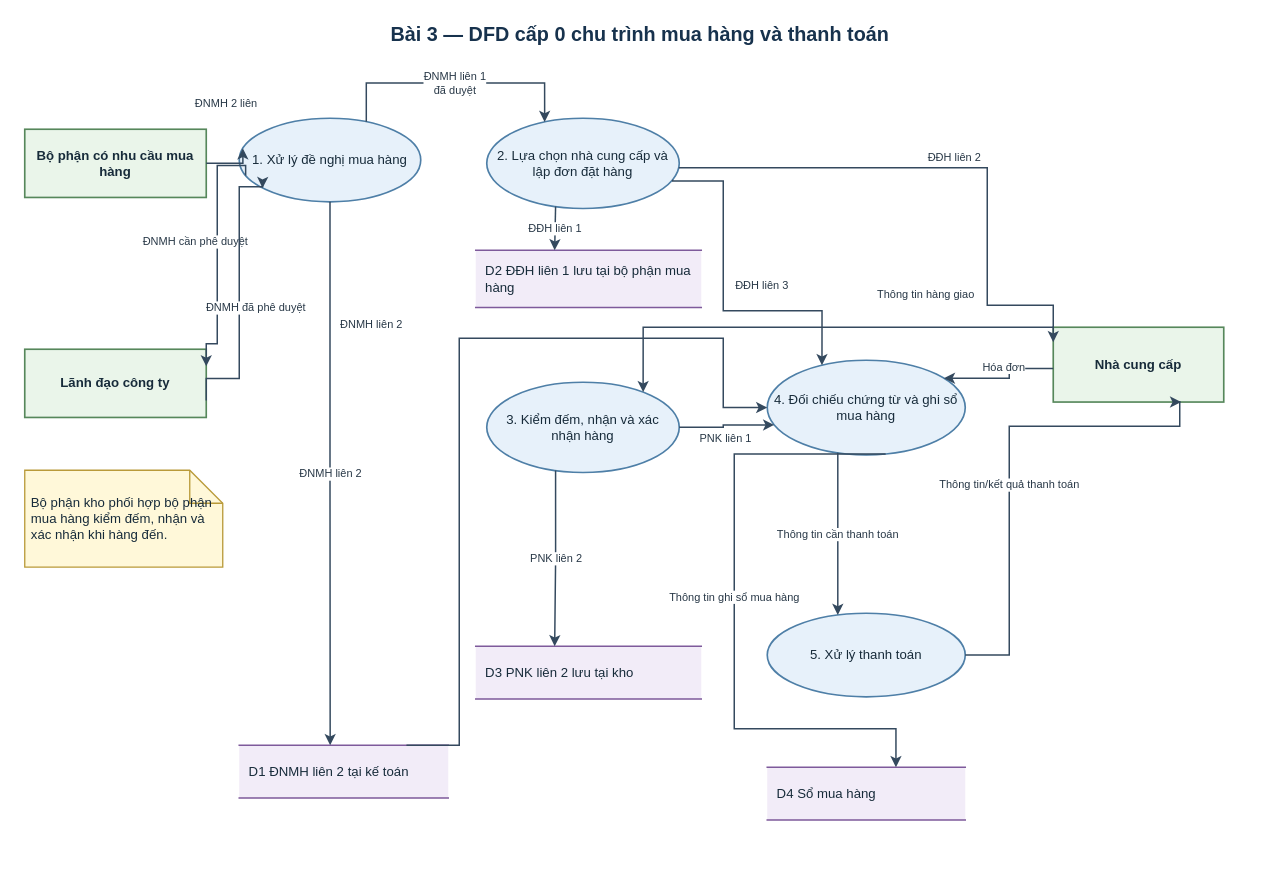
This is assets/drawio/07_purchase_level0_dfd.drawio from saigonbaddielover/thtrang, a draw.io file, before an edit. Source tidied: cells renumbered, new cells numbered last; positions are measured from the earlier drawing's top-left corner, leaving out a move shared by most shapes. Both pictures are drawn from the tidied source at 110%, with x=0, y=0 at pixel (24, 19).
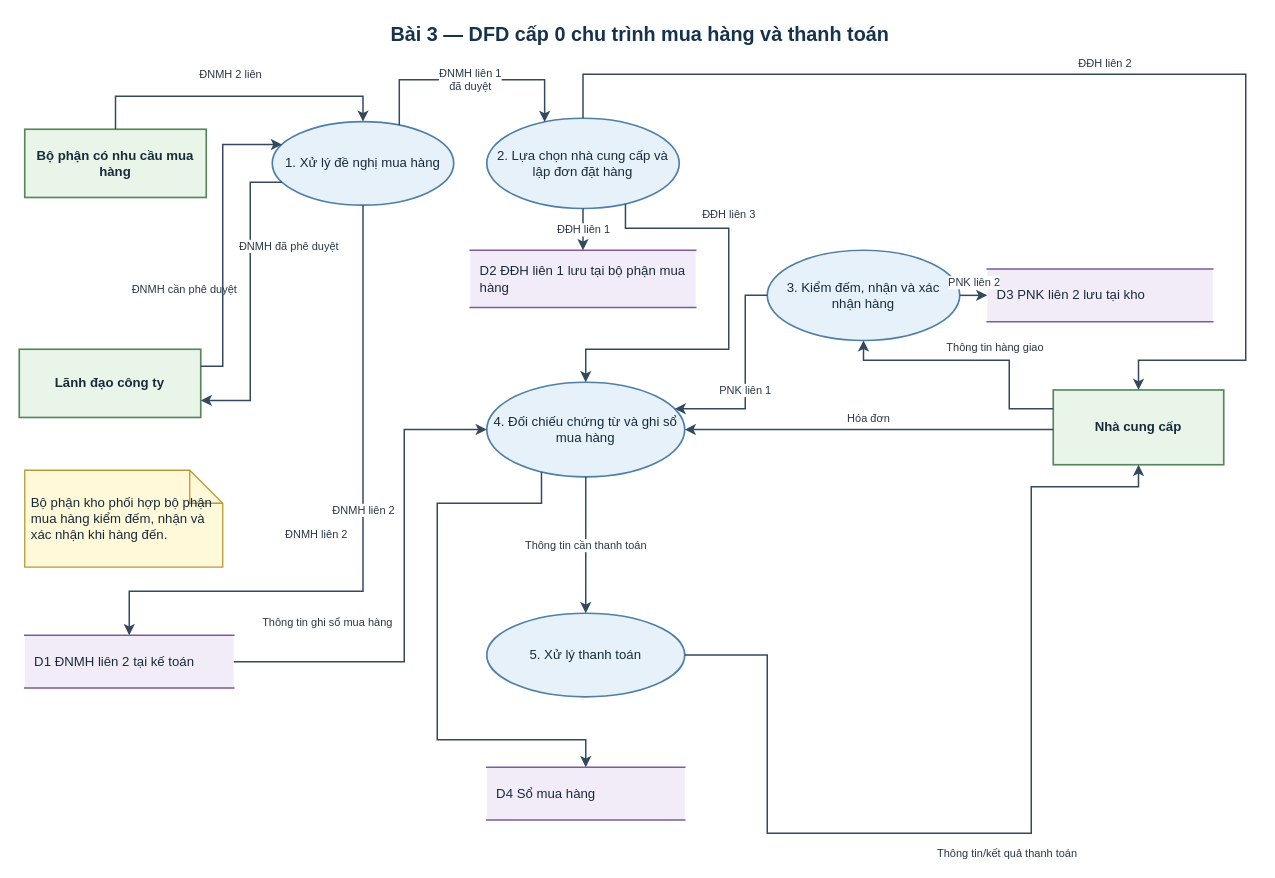
The same diagram, later.

Unchanged cells that the change refers to:
```xml
<mxCell id="3" value="Bộ phận có nhu cầu mua hàng" style="rounded=0;html=1;whiteSpace=wrap;fontFamily=Arial;align=center;verticalAlign=middle;fontColor=#172B3A; fontSize=11;fontStyle=1;spacing=5;fillColor=#EAF5EA;strokeColor=#56875B;strokeWidth=1.5;" parent="1" vertex="1">
  <mxGeometry y="100" width="165" height="62" as="geometry" />
</mxCell>
<mxCell id="7" value="2. Lựa chọn nhà cung cấp và lập đơn đặt hàng" style="shape=ellipse;perimeter=ellipsePerimeter;html=1;whiteSpace=wrap;fontFamily=Arial;align=center;verticalAlign=middle;fontColor=#172B3A; fontSize=11;spacing=5;fillColor=#E7F1FA;strokeColor=#4E7FA7;strokeWidth=1.5;" parent="1" vertex="1">
  <mxGeometry x="420" y="90" width="175" height="82" as="geometry" />
</mxCell>
```

Diff of the diagram source:
```diff
@@
     <mxCell id="4" value="Lãnh đạo công ty" style="rounded=0;html=1;whiteSpace=wrap;fontFamily=Arial;align=center;verticalAlign=middle;fontColor=#172B3A; fontSize=11;fontStyle=1;spacing=5;fillColor=#EAF5EA;strokeColor=#56875B;strokeWidth=1.5;" parent="1" vertex="1">
-      <mxGeometry y="300" width="165" height="62" as="geometry" />
+      <mxGeometry x="-5" y="300" width="165" height="62" as="geometry" />
     </mxCell>
     <mxCell id="5" value="Nhà cung cấp" style="rounded=0;html=1;whiteSpace=wrap;fontFamily=Arial;align=center;verticalAlign=middle;fontColor=#172B3A; fontSize=11;fontStyle=1;spacing=5;fillColor=#EAF5EA;strokeColor=#56875B;strokeWidth=1.5;" parent="1" vertex="1">
-      <mxGeometry x="935" y="280" width="155" height="68" as="geometry" />
+      <mxGeometry x="935" y="337" width="155" height="68" as="geometry" />
     </mxCell>
     <mxCell id="6" value="1. Xử lý đề nghị mua hàng" style="shape=ellipse;perimeter=ellipsePerimeter;html=1;whiteSpace=wrap;fontFamily=Arial;align=center;verticalAlign=middle;fontColor=#172B3A; fontSize=11;spacing=5;fillColor=#E7F1FA;strokeColor=#4E7FA7;strokeWidth=1.5;" parent="1" vertex="1">
-      <mxGeometry x="195" y="90" width="165" height="76" as="geometry" />
+      <mxGeometry x="225" y="93" width="165" height="76" as="geometry" />
     </mxCell>
@@
     <mxCell id="8" value="3. Kiểm đếm, nhận và xác nhận hàng" style="shape=ellipse;perimeter=ellipsePerimeter;html=1;whiteSpace=wrap;fontFamily=Arial;align=center;verticalAlign=middle;fontColor=#172B3A; fontSize=11;spacing=5;fillColor=#E7F1FA;strokeColor=#4E7FA7;strokeWidth=1.5;" parent="1" vertex="1">
-      <mxGeometry x="420" y="330" width="175" height="82" as="geometry" />
+      <mxGeometry x="675" y="210" width="175" height="82" as="geometry" />
     </mxCell>
     <mxCell id="9" value="4. Đối chiếu chứng từ và ghi sổ mua hàng" style="shape=ellipse;perimeter=ellipsePerimeter;html=1;whiteSpace=wrap;fontFamily=Arial;align=center;verticalAlign=middle;fontColor=#172B3A; fontSize=11;spacing=5;fillColor=#E7F1FA;strokeColor=#4E7FA7;strokeWidth=1.5;" parent="1" vertex="1">
-      <mxGeometry x="675" y="310" width="180" height="86" as="geometry" />
+      <mxGeometry x="420" y="330" width="180" height="86" as="geometry" />
     </mxCell>
     <mxCell id="10" value="5. Xử lý thanh toán" style="shape=ellipse;perimeter=ellipsePerimeter;html=1;whiteSpace=wrap;fontFamily=Arial;align=center;verticalAlign=middle;fontColor=#172B3A; fontSize=11;spacing=5;fillColor=#E7F1FA;strokeColor=#4E7FA7;strokeWidth=1.5;" parent="1" vertex="1">
-      <mxGeometry x="675" y="540" width="180" height="76" as="geometry" />
+      <mxGeometry x="420" y="540" width="180" height="76" as="geometry" />
     </mxCell>
     <mxCell id="11" value="D1  ĐNMH liên 2 tại kế toán" style="shape=partialRectangle;right=0;left=0;html=1;whiteSpace=wrap;fontFamily=Arial;align=center;verticalAlign=middle;fontColor=#172B3A; fontSize=10;align=left;spacingLeft=7;spacingRight=4;fillColor=#F2ECF8;strokeColor=#7E5A9B;strokeWidth=1.4;" parent="1" vertex="1">
-      <mxGeometry x="195" y="660" width="190" height="48" as="geometry" />
+      <mxGeometry y="560" width="190" height="48" as="geometry" />
     </mxCell>
     <mxCell id="12" value="D2  ĐĐH liên 1 lưu tại bộ phận mua hàng" style="shape=partialRectangle;right=0;left=0;html=1;whiteSpace=wrap;fontFamily=Arial;align=center;verticalAlign=middle;fontColor=#172B3A; fontSize=10;align=left;spacingLeft=7;spacingRight=4;fillColor=#F2ECF8;strokeColor=#7E5A9B;strokeWidth=1.4;" parent="1" vertex="1">
-      <mxGeometry x="410" y="210" width="205" height="52" as="geometry" />
+      <mxGeometry x="405" y="210" width="205" height="52" as="geometry" />
     </mxCell>
     <mxCell id="13" value="D3  PNK liên 2 lưu tại kho" style="shape=partialRectangle;right=0;left=0;html=1;whiteSpace=wrap;fontFamily=Arial;align=center;verticalAlign=middle;fontColor=#172B3A; fontSize=10;align=left;spacingLeft=7;spacingRight=4;fillColor=#F2ECF8;strokeColor=#7E5A9B;strokeWidth=1.4;" parent="1" vertex="1">
-      <mxGeometry x="410" y="570" width="205" height="48" as="geometry" />
+      <mxGeometry x="875" y="227" width="205" height="48" as="geometry" />
     </mxCell>
     <mxCell id="14" value="D4  Sổ mua hàng" style="shape=partialRectangle;right=0;left=0;html=1;whiteSpace=wrap;fontFamily=Arial;align=center;verticalAlign=middle;fontColor=#172B3A; fontSize=10;align=left;spacingLeft=7;spacingRight=4;fillColor=#F2ECF8;strokeColor=#7E5A9B;strokeWidth=1.4;" parent="1" vertex="1">
-      <mxGeometry x="675" y="680" width="180" height="48" as="geometry" />
+      <mxGeometry x="420" y="680" width="180" height="48" as="geometry" />
     </mxCell>
@@
-    <mxCell id="16" value="ĐNMH 2 liên" style="edgeStyle=orthogonalEdgeStyle;rounded=0;jettySize=auto;html=1;fontFamily=Arial;fontSize=10;fontColor=#273746;labelBackgroundColor=#FFFFFF;strokeColor=#34495E;strokeWidth=1.35;endArrow=classic;endFill=1;exitX=1;exitY=0.5;entryX=0;entryY=0.35;" parent="1" edge="1" source="3" target="6">
+    <mxCell id="16" value="ĐNMH 2 liên" style="edgeStyle=orthogonalEdgeStyle;rounded=0;jettySize=auto;html=1;fontFamily=Arial;fontSize=10;fontColor=#273746;labelBackgroundColor=#FFFFFF;strokeColor=#34495E;strokeWidth=1.35;endArrow=classic;endFill=1;exitX=0.5;exitY=0;entryX=0.5;entryY=0;" parent="1" edge="1" source="3" target="6">
       <mxGeometry relative="1" as="geometry">
-        <mxPoint x="-5" y="-55" as="offset" />
+        <Array as="points">
+          <mxPoint x="82.5" y="70" />
+          <mxPoint x="307.5" y="70" />
+        </Array>
+        <mxPoint x="-5" y="-20" as="offset" />
       </mxGeometry>
     </mxCell>
-    <mxCell id="17" value="ĐNMH cần phê duyệt" style="edgeStyle=orthogonalEdgeStyle;rounded=0;jettySize=auto;html=1;fontFamily=Arial;fontSize=10;fontColor=#273746;labelBackgroundColor=#FFFFFF;strokeColor=#34495E;strokeWidth=1.35;endArrow=classic;endFill=1;exitX=0;exitY=0.7;entryX=1;entryY=0.25;" parent="1" edge="1" source="6" target="4">
+    <mxCell id="17" value="ĐNMH cần phê duyệt" style="edgeStyle=orthogonalEdgeStyle;rounded=0;jettySize=auto;html=1;fontFamily=Arial;fontSize=10;fontColor=#273746;labelBackgroundColor=#FFFFFF;strokeColor=#34495E;strokeWidth=1.35;endArrow=classic;endFill=1;exitX=0;exitY=0.75;entryX=1;entryY=0.75;" parent="1" edge="1" source="6" target="4">
       <mxGeometry relative="1" as="geometry">
         <Array as="points">
-          <mxPoint x="175" y="133" />
-          <mxPoint x="175" y="295" />
+          <mxPoint x="205" y="147.7" />
+          <mxPoint x="205" y="346.5" />
         </Array>
-        <mxPoint x="-20" y="-10" as="offset" />
+        <mxPoint x="-60" y="-10" as="offset" />
       </mxGeometry>
     </mxCell>
-    <mxCell id="18" value="ĐNMH đã phê duyệt" style="edgeStyle=orthogonalEdgeStyle;rounded=0;jettySize=auto;html=1;fontFamily=Arial;fontSize=10;fontColor=#273746;labelBackgroundColor=#FFFFFF;strokeColor=#34495E;strokeWidth=1.35;endArrow=classic;endFill=1;exitX=1;exitY=0.75;entryX=0;entryY=0.95;" parent="1" edge="1" source="4" target="6">
+    <mxCell id="18" value="ĐNMH đã phê duyệt" style="edgeStyle=orthogonalEdgeStyle;rounded=0;jettySize=auto;html=1;fontFamily=Arial;fontSize=10;fontColor=#273746;labelBackgroundColor=#FFFFFF;strokeColor=#34495E;strokeWidth=1.35;endArrow=classic;endFill=1;exitX=1;exitY=0.25;entryX=0;entryY=0.25;" parent="1" edge="1" source="4" target="6">
       <mxGeometry relative="1" as="geometry">
         <Array as="points">
-          <mxPoint x="195" y="326.5" />
-          <mxPoint x="195" y="152.2" />
+          <mxPoint x="180" y="315.5" />
+          <mxPoint x="180" y="114.3" />
         </Array>
-        <mxPoint x="15" y="8" as="offset" />
+        <mxPoint x="60" y="8" as="offset" />
       </mxGeometry>
     </mxCell>
     <mxCell id="19" value="ĐNMH liên 1&lt;br&gt;đã duyệt" style="edgeStyle=orthogonalEdgeStyle;rounded=0;jettySize=auto;html=1;fontFamily=Arial;fontSize=10;fontColor=#273746;labelBackgroundColor=#FFFFFF;strokeColor=#34495E;strokeWidth=1.35;endArrow=classic;endFill=1;exitX=0.72;exitY=0;entryX=0.28;entryY=0;" parent="1" edge="1" source="6" target="7">
       <mxGeometry relative="1" as="geometry">
         <Array as="points">
-          <mxPoint x="310.5" y="58" />
-          <mxPoint x="472.6" y="58" />
+          <mxPoint x="340.5" y="55" />
+          <mxPoint x="472.6" y="55" />
         </Array>
       </mxGeometry>
     </mxCell>
-    <mxCell id="20" value="ĐNMH liên 2" style="edgeStyle=orthogonalEdgeStyle;rounded=0;jettySize=auto;html=1;fontFamily=Arial;fontSize=10;fontColor=#273746;labelBackgroundColor=#FFFFFF;strokeColor=#34495E;strokeWidth=1.35;endArrow=classic;endFill=1;exitX=0.5;exitY=1;entryX=0.435;entryY=0;" parent="1" edge="1" source="6" target="11">
-      <mxGeometry relative="1" as="geometry" />
+    <mxCell id="20" value="ĐNMH liên 2" style="edgeStyle=orthogonalEdgeStyle;rounded=0;jettySize=auto;html=1;fontFamily=Arial;fontSize=10;fontColor=#273746;labelBackgroundColor=#FFFFFF;strokeColor=#34495E;strokeWidth=1.35;endArrow=classic;endFill=1;exitX=0.5;exitY=1;entryX=0.5;entryY=0;" parent="1" edge="1" source="6" target="11">
+      <mxGeometry relative="1" as="geometry">
+        <Array as="points">
+          <mxPoint x="307.5" y="520" />
+          <mxPoint x="95" y="520" />
+        </Array>
+        <mxPoint y="-25" as="offset" />
+      </mxGeometry>
     </mxCell>
-    <mxCell id="21" value="ĐĐH liên 2" style="edgeStyle=orthogonalEdgeStyle;rounded=0;jettySize=auto;html=1;fontFamily=Arial;fontSize=10;fontColor=#273746;labelBackgroundColor=#FFFFFF;strokeColor=#34495E;strokeWidth=1.35;endArrow=classic;endFill=1;exitX=1;exitY=0.55;entryX=0;entryY=0.2;" parent="1" edge="1" source="7" target="5">
+    <mxCell id="21" value="ĐĐH liên 2" style="edgeStyle=orthogonalEdgeStyle;rounded=0;jettySize=auto;html=1;fontFamily=Arial;fontSize=10;fontColor=#273746;labelBackgroundColor=#FFFFFF;strokeColor=#34495E;strokeWidth=1.35;endArrow=classic;endFill=1;exitX=0.5;exitY=0;entryX=0.5;entryY=0;" parent="1" edge="1" source="7" target="5">
       <mxGeometry relative="1" as="geometry">
         <Array as="points">
-          <mxPoint x="875" y="135" />
-          <mxPoint x="875" y="260" />
+          <mxPoint x="507.5" y="50" />
+          <mxPoint x="1110" y="50" />
+          <mxPoint x="1110" y="310" />
+          <mxPoint x="1012.5" y="310" />
         </Array>
         <mxPoint y="-10" as="offset" />
       </mxGeometry>
     </mxCell>
-    <mxCell id="22" value="ĐĐH liên 1" style="edgeStyle=orthogonalEdgeStyle;rounded=0;jettySize=auto;html=1;fontFamily=Arial;fontSize=10;fontColor=#273746;labelBackgroundColor=#FFFFFF;strokeColor=#34495E;strokeWidth=1.35;endArrow=classic;endFill=1;exitX=0.35;exitY=1;entryX=0.35;entryY=0;" parent="1" edge="1" source="7" target="12">
+    <mxCell id="22" value="ĐĐH liên 1" style="edgeStyle=orthogonalEdgeStyle;rounded=0;jettySize=auto;html=1;fontFamily=Arial;fontSize=10;fontColor=#273746;labelBackgroundColor=#FFFFFF;strokeColor=#34495E;strokeWidth=1.35;endArrow=classic;endFill=1;exitX=0.5;exitY=1;entryX=0.5;entryY=0;" parent="1" edge="1" source="7" target="12">
       <mxGeometry relative="1" as="geometry" />
     </mxCell>
-    <mxCell id="23" value="ĐĐH liên 3" style="edgeStyle=orthogonalEdgeStyle;rounded=0;jettySize=auto;html=1;fontFamily=Arial;fontSize=10;fontColor=#273746;labelBackgroundColor=#FFFFFF;strokeColor=#34495E;strokeWidth=1.35;endArrow=classic;endFill=1;exitX=1;exitY=0.7;entryX=0.25;entryY=0;" parent="1" edge="1" source="7" target="9">
+    <mxCell id="23" value="ĐĐH liên 3" style="edgeStyle=orthogonalEdgeStyle;rounded=0;jettySize=auto;html=1;fontFamily=Arial;fontSize=10;fontColor=#273746;labelBackgroundColor=#FFFFFF;strokeColor=#34495E;strokeWidth=1.35;endArrow=classic;endFill=1;exitX=0.75;exitY=1;entryX=0.5;entryY=0;" parent="1" edge="1" source="7" target="9">
       <mxGeometry relative="1" as="geometry">
         <Array as="points">
-          <mxPoint x="635" y="147" />
-          <mxPoint x="635" y="265" />
+          <mxPoint x="546.1" y="190" />
+          <mxPoint x="640" y="190" />
+          <mxPoint x="640" y="300" />
+          <mxPoint x="510" y="300" />
         </Array>
-        <mxPoint x="35" y="-10" as="offset" />
+        <mxPoint y="-90" as="offset" />
       </mxGeometry>
     </mxCell>
-    <mxCell id="24" value="Thông tin hàng giao" style="edgeStyle=orthogonalEdgeStyle;rounded=0;jettySize=auto;html=1;fontFamily=Arial;fontSize=10;fontColor=#273746;labelBackgroundColor=#FFFFFF;strokeColor=#34495E;strokeWidth=1.35;endArrow=classic;endFill=1;exitX=0;exitY=0;entryX=0.9;entryY=0;" parent="1" edge="1" source="5" target="8">
+    <mxCell id="24" value="Thông tin hàng giao" style="edgeStyle=orthogonalEdgeStyle;rounded=0;jettySize=auto;html=1;fontFamily=Arial;fontSize=10;fontColor=#273746;labelBackgroundColor=#FFFFFF;strokeColor=#34495E;strokeWidth=1.35;endArrow=classic;endFill=1;exitX=0;exitY=0.25;entryX=0.5;entryY=1;" parent="1" edge="1" source="5" target="8">
       <mxGeometry relative="1" as="geometry">
         <Array as="points">
-          <mxPoint x="875" y="280" />
-          <mxPoint x="575" y="280" />
+          <mxPoint x="895" y="354" />
+          <mxPoint x="895" y="310" />
+          <mxPoint x="762.5" y="310" />
         </Array>
-        <mxPoint x="100" y="-30" as="offset" />
+        <mxPoint x="20" y="-12" as="offset" />
       </mxGeometry>
     </mxCell>
-    <mxCell id="25" value="PNK liên 1" style="edgeStyle=orthogonalEdgeStyle;rounded=0;jettySize=auto;html=1;fontFamily=Arial;fontSize=10;fontColor=#273746;labelBackgroundColor=#FFFFFF;strokeColor=#34495E;strokeWidth=1.35;endArrow=classic;endFill=1;exitX=1;exitY=0.5;entryX=0;entryY=0.7;" parent="1" edge="1" source="8" target="9">
+    <mxCell id="25" value="PNK liên 1" style="edgeStyle=orthogonalEdgeStyle;rounded=0;jettySize=auto;html=1;fontFamily=Arial;fontSize=10;fontColor=#273746;labelBackgroundColor=#FFFFFF;strokeColor=#34495E;strokeWidth=1.35;endArrow=classic;endFill=1;exitX=0;exitY=0.5;entryX=1;entryY=0.25;" parent="1" edge="1" source="8" target="9">
       <mxGeometry relative="1" as="geometry">
+        <Array as="points">
+          <mxPoint x="655" y="251" />
+          <mxPoint x="655" y="354.1" />
+          <mxPoint x="625" y="354.1" />
+        </Array>
         <mxPoint y="12" as="offset" />
       </mxGeometry>
     </mxCell>
-    <mxCell id="26" value="PNK liên 2" style="edgeStyle=orthogonalEdgeStyle;rounded=0;jettySize=auto;html=1;fontFamily=Arial;fontSize=10;fontColor=#273746;labelBackgroundColor=#FFFFFF;strokeColor=#34495E;strokeWidth=1.35;endArrow=classic;endFill=1;exitX=0.35;exitY=1;entryX=0.35;entryY=0;" parent="1" edge="1" source="8" target="13">
-      <mxGeometry relative="1" as="geometry" />
+    <mxCell id="26" value="PNK liên 2" style="edgeStyle=orthogonalEdgeStyle;rounded=0;jettySize=auto;html=1;fontFamily=Arial;fontSize=10;fontColor=#273746;labelBackgroundColor=#FFFFFF;strokeColor=#34495E;strokeWidth=1.35;endArrow=classic;endFill=1;exitX=1;exitY=0.5;entryX=0;entryY=0.5;" parent="1" edge="1" source="8" target="13">
+      <mxGeometry relative="1" as="geometry">
+        <mxPoint y="-12" as="offset" />
+      </mxGeometry>
     </mxCell>
-    <mxCell id="27" value="Hóa đơn" style="edgeStyle=orthogonalEdgeStyle;rounded=0;jettySize=auto;html=1;fontFamily=Arial;fontSize=10;fontColor=#273746;labelBackgroundColor=#FFFFFF;strokeColor=#34495E;strokeWidth=1.35;endArrow=classic;endFill=1;exitX=0;exitY=0.55;entryX=1;entryY=0.1;" parent="1" edge="1" source="5" target="9">
+    <mxCell id="27" value="Hóa đơn" style="edgeStyle=orthogonalEdgeStyle;rounded=0;jettySize=auto;html=1;fontFamily=Arial;fontSize=10;fontColor=#273746;labelBackgroundColor=#FFFFFF;strokeColor=#34495E;strokeWidth=1.35;endArrow=classic;endFill=1;exitX=0;exitY=0.529412;entryX=1;entryY=0.5;" parent="1" edge="1" source="5" target="9">
       <mxGeometry relative="1" as="geometry">
         <mxPoint y="-10" as="offset" />
       </mxGeometry>
     </mxCell>
-    <mxCell id="28" value="ĐNMH liên 2" style="edgeStyle=orthogonalEdgeStyle;rounded=0;jettySize=auto;html=1;fontFamily=Arial;fontSize=10;fontColor=#273746;labelBackgroundColor=#FFFFFF;strokeColor=#34495E;strokeWidth=1.35;endArrow=classic;endFill=1;exitX=0.8;exitY=0;entryX=0;entryY=0.5;" parent="1" edge="1" source="11" target="9">
+    <mxCell id="28" value="ĐNMH liên 2" style="edgeStyle=orthogonalEdgeStyle;rounded=0;jettySize=auto;html=1;fontFamily=Arial;fontSize=10;fontColor=#273746;labelBackgroundColor=#FFFFFF;strokeColor=#34495E;strokeWidth=1.35;endArrow=classic;endFill=1;exitX=1;exitY=0.5;entryX=0;entryY=0.5;" parent="1" edge="1" source="11" target="9">
       <mxGeometry relative="1" as="geometry">
         <Array as="points">
-          <mxPoint x="395" y="660" />
-          <mxPoint x="395" y="290" />
-          <mxPoint x="635" y="290" />
-          <mxPoint x="635" y="353" />
+          <mxPoint x="345" y="584" />
+          <mxPoint x="345" y="373" />
         </Array>
         <mxPoint x="-80" y="-50" as="offset" />
       </mxGeometry>
     </mxCell>
-    <mxCell id="29" value="Thông tin ghi sổ mua hàng" style="edgeStyle=orthogonalEdgeStyle;rounded=0;jettySize=auto;html=1;fontFamily=Arial;fontSize=10;fontColor=#273746;labelBackgroundColor=#FFFFFF;strokeColor=#34495E;strokeWidth=1.35;endArrow=classic;endFill=1;exitX=0.6;exitY=1;entryX=0.65;entryY=0;" parent="1" edge="1" source="9" target="14">
+    <mxCell id="29" value="Thông tin ghi sổ mua hàng" style="edgeStyle=orthogonalEdgeStyle;rounded=0;jettySize=auto;html=1;fontFamily=Arial;fontSize=10;fontColor=#273746;labelBackgroundColor=#FFFFFF;strokeColor=#34495E;strokeWidth=1.35;endArrow=classic;endFill=1;exitX=0.25;exitY=1;entryX=0.5;entryY=0;" parent="1" edge="1" source="9" target="14">
       <mxGeometry relative="1" as="geometry">
         <Array as="points">
-          <mxPoint x="645" y="396" />
-          <mxPoint x="645" y="645" />
-          <mxPoint x="792" y="645" />
+          <mxPoint x="469.8" y="440" />
+          <mxPoint x="375" y="440" />
+          <mxPoint x="375" y="655" />
+          <mxPoint x="510" y="655" />
         </Array>
-        <mxPoint y="-18" as="offset" />
+        <mxPoint x="-100" y="-18" as="offset" />
       </mxGeometry>
     </mxCell>
-    <mxCell id="30" value="Thông tin cần thanh toán" style="edgeStyle=orthogonalEdgeStyle;rounded=0;jettySize=auto;html=1;fontFamily=Arial;fontSize=10;fontColor=#273746;labelBackgroundColor=#FFFFFF;strokeColor=#34495E;strokeWidth=1.35;endArrow=classic;endFill=1;exitX=0.35;exitY=1;entryX=0.35;entryY=0;" parent="1" edge="1" source="9" target="10">
+    <mxCell id="30" value="Thông tin cần thanh toán" style="edgeStyle=orthogonalEdgeStyle;rounded=0;jettySize=auto;html=1;fontFamily=Arial;fontSize=10;fontColor=#273746;labelBackgroundColor=#FFFFFF;strokeColor=#34495E;strokeWidth=1.35;endArrow=classic;endFill=1;exitX=0.5;exitY=1;entryX=0.5;entryY=0;" parent="1" edge="1" source="9" target="10">
       <mxGeometry relative="1" as="geometry" />
     </mxCell>
-    <mxCell id="31" value="Thông tin/kết quả thanh toán" style="edgeStyle=orthogonalEdgeStyle;rounded=0;jettySize=auto;html=1;fontFamily=Arial;fontSize=10;fontColor=#273746;labelBackgroundColor=#FFFFFF;strokeColor=#34495E;strokeWidth=1.35;endArrow=classic;endFill=1;exitX=1;exitY=0.5;entryX=0.75;entryY=1;" parent="1" edge="1" source="10" target="5">
+    <mxCell id="31" value="Thông tin/kết quả thanh toán" style="edgeStyle=orthogonalEdgeStyle;rounded=0;jettySize=auto;html=1;fontFamily=Arial;fontSize=10;fontColor=#273746;labelBackgroundColor=#FFFFFF;strokeColor=#34495E;strokeWidth=1.35;endArrow=classic;endFill=1;exitX=1;exitY=0.5;entryX=0.5;entryY=1;" parent="1" edge="1" source="10" target="5">
       <mxGeometry relative="1" as="geometry">
         <Array as="points">
-          <mxPoint x="895" y="578" />
-          <mxPoint x="895" y="370" />
-          <mxPoint x="1050" y="370" />
+          <mxPoint x="675" y="578" />
+          <mxPoint x="675" y="740" />
+          <mxPoint x="915" y="740" />
+          <mxPoint x="915" y="425" />
+          <mxPoint x="1012.5" y="425" />
         </Array>
         <mxPoint y="18" as="offset" />
       </mxGeometry>
     </mxCell>
```
